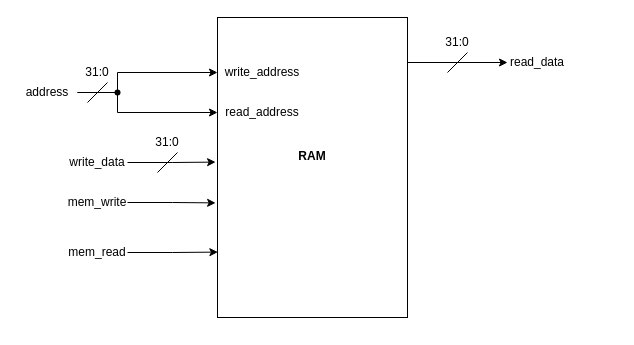
Above: page "data_memory" (9 of 9) of docs/rtl.drawio in hassan-alawi/RISC-V (draw.io), before the change. Source tidied: cells renumbered, new cells numbered last; positions are measured from the earlier drawing's top-left corner, leaving out a move shared by most shapes. Both pictures are drawn from the tidied source at 100%, with x=0, y=0 at pixel (17, 17).
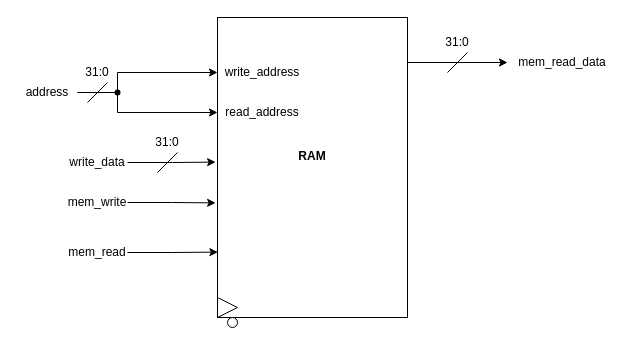
The same diagram, later.

Change to the diagram source:
```diff
@@
-    <mxCell id="8" value="read_data" style="text;html=1;align=center;verticalAlign=middle;whiteSpace=wrap;rounded=0;fontFamily=Helvetica;fontSize=12;fontColor=default;" parent="1" vertex="1">
-      <mxGeometry x="490" y="30" width="60" height="30" as="geometry" />
+    <mxCell id="8" value="mem_read_data" style="text;html=1;align=center;verticalAlign=middle;whiteSpace=wrap;rounded=0;fontFamily=Helvetica;fontSize=12;fontColor=default;" parent="1" vertex="1">
+      <mxGeometry x="490" y="30" width="110" height="30" as="geometry" />
     </mxCell>
@@
+    <mxCell id="23" style="triangle;whiteSpace=wrap;html=1;" parent="1" vertex="1">
+      <mxGeometry x="200" y="280" width="20" height="20" as="geometry" />
+    </mxCell>
+    <mxCell id="24" style="ellipse;whiteSpace=wrap;html=1;" parent="1" vertex="1">
+      <mxGeometry x="210" y="300" width="10" height="10" as="geometry" />
+    </mxCell>
```
